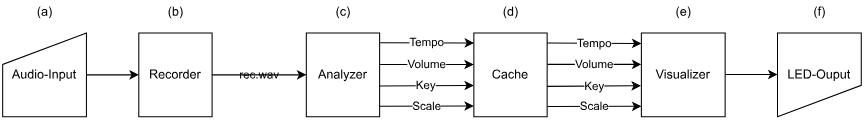
r-grun/music-visualization keeps this draw.io diagram as graphics/architektur.svg. Above is the earlier version. Source tidied: cells renumbered, new cells last; positions are measured from the earlier drawing's top-left corner, leaving out a move shared by most shapes.
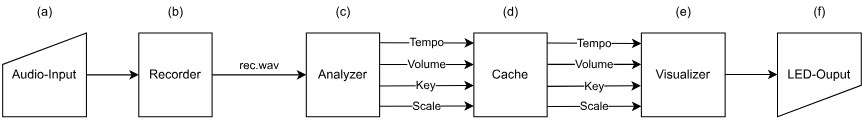
After the change.

Diff of the diagram source:
```diff
@@ -11,7 +11,7 @@
     <mxCell id="4" value="Recorder" style="rounded=0;whiteSpace=wrap;html=1;fillColor=none;gradientColor=none;" parent="1" vertex="1">
       <mxGeometry x="130" y="30" width="70" height="80" as="geometry" />
     </mxCell>
-    <mxCell id="5" value="rec.wav" style="endArrow=classic;html=1;rounded=0;exitX=1;exitY=0.5;exitDx=0;exitDy=0;entryX=0;entryY=0.5;entryDx=0;entryDy=0;" parent="1" edge="1" source="4" target="6">
+    <mxCell id="5" value="rec.wav" style="endArrow=classic;html=1;rounded=0;exitX=1;exitY=0.5;exitDx=0;exitDy=0;entryX=0;entryY=0.5;entryDx=0;entryDy=0;labelPosition=center;verticalLabelPosition=top;align=center;verticalAlign=bottom;" parent="1" edge="1" source="4" target="6">
       <mxGeometry relative="1" as="geometry" />
     </mxCell>
     <mxCell id="6" value="Analyzer" style="rounded=0;whiteSpace=wrap;html=1;fillColor=none;gradientColor=none;" parent="1" vertex="1">
```
